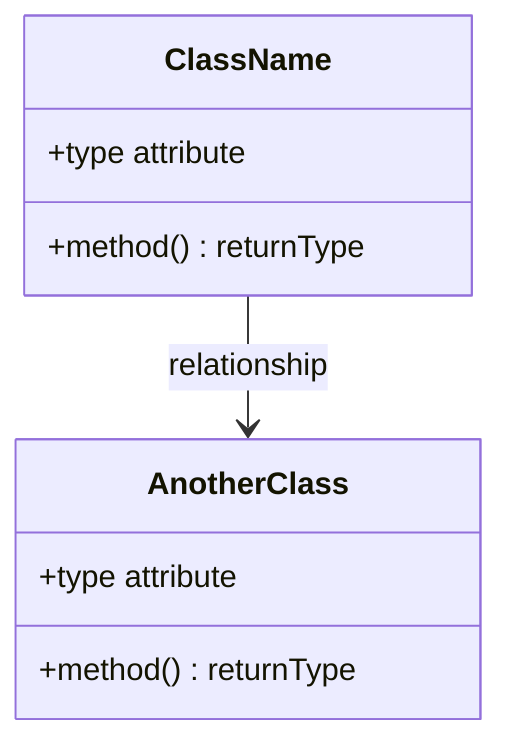
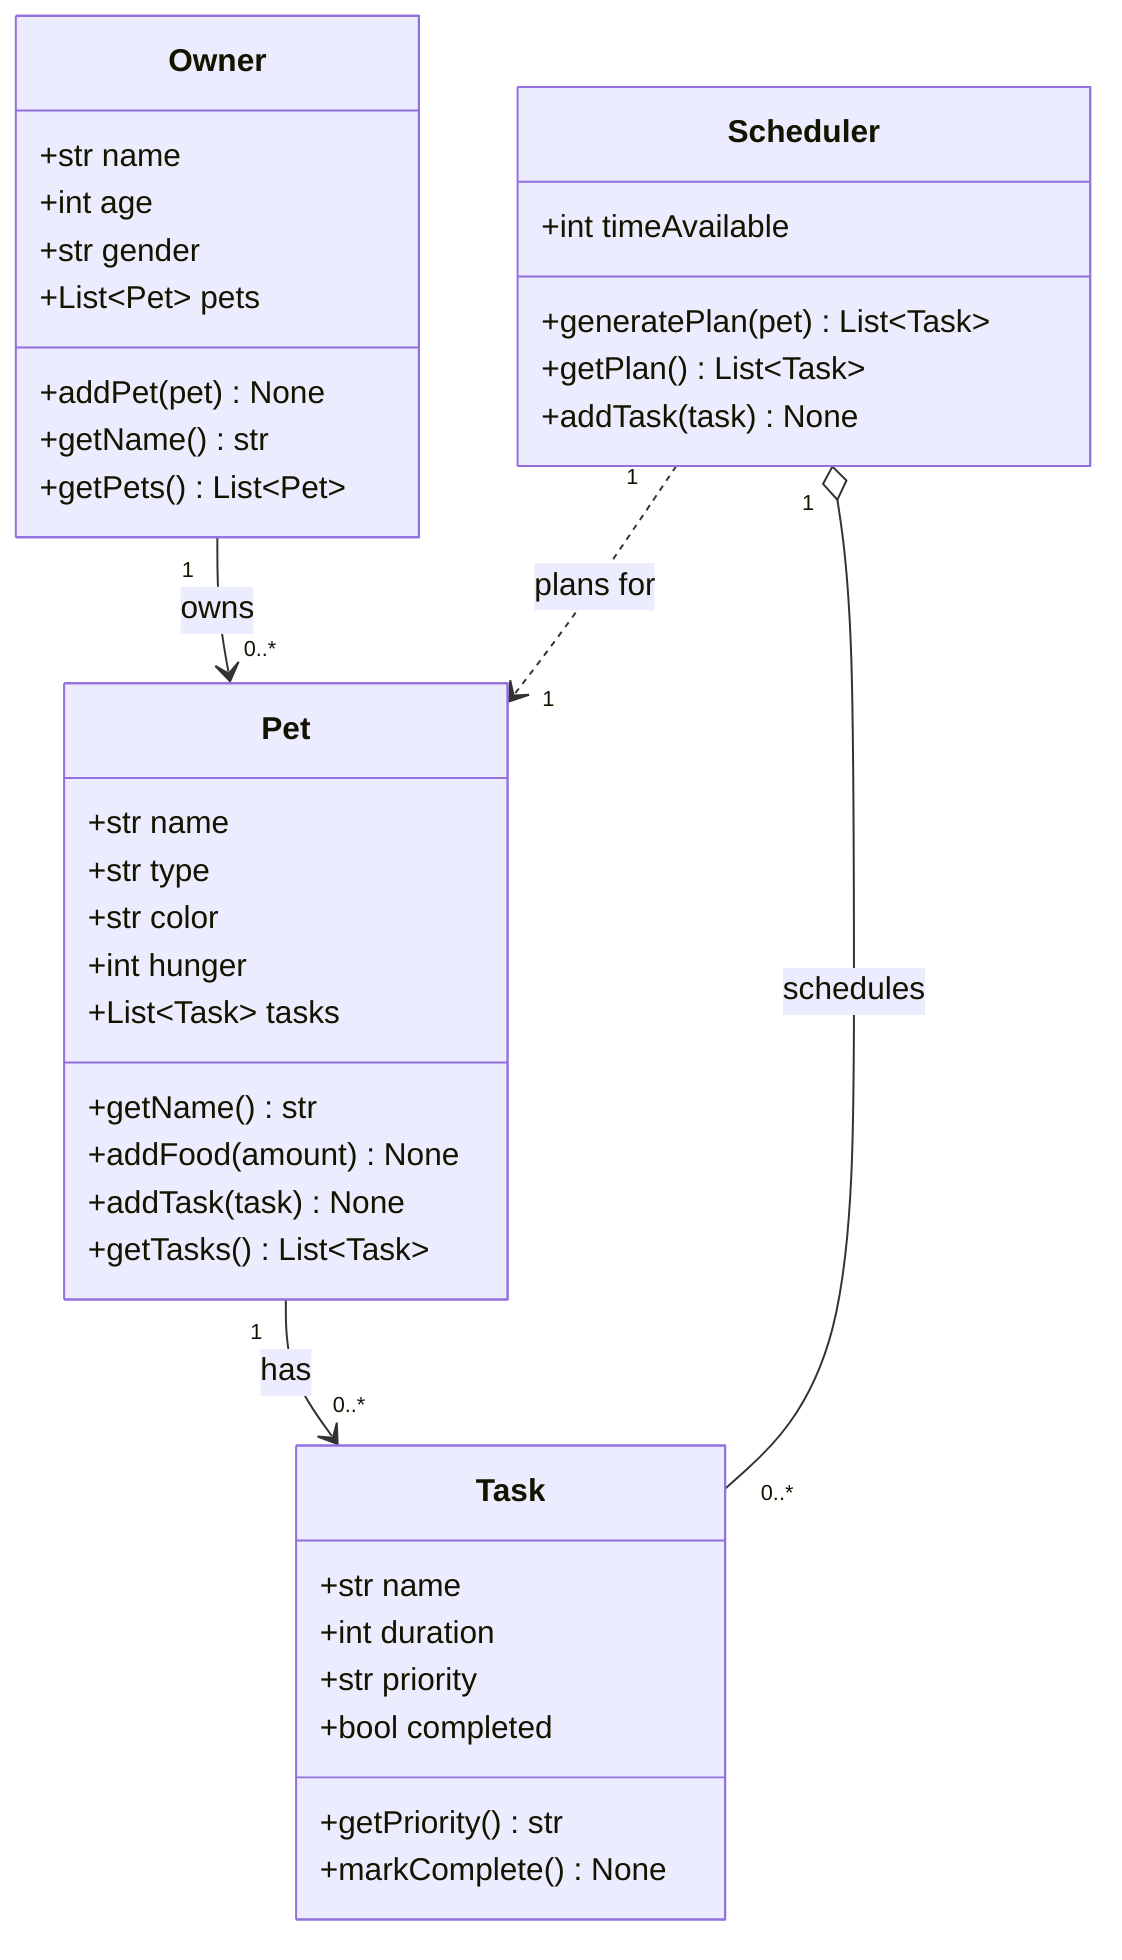
classDiagram
-     %% Replace the placeholders below with your actual classes, attributes, methods, and relationships.
-     %% Keep this file updated so it matches your final implementation.
- 
-     class ClassName {
-         +type attribute
-         +method() returnType
+     class Owner {
+         +str name
+         +int age
+         +str gender
+         +List~Pet~ pets
+         +addPet(pet) None
+         +getName() str
+         +getPets() List~Pet~
    }

-     class AnotherClass {
-         +type attribute
-         +method() returnType
+     class Pet {
+         +str name
+         +str type
+         +str color
+         +int hunger
+         +List~Task~ tasks
+         +getName() str
+         +addFood(amount) None
+         +addTask(task) None
+         +getTasks() List~Task~
    }

-     ClassName --> AnotherClass : relationship
+     class Task {
+         +str name
+         +int duration
+         +str priority
+         +bool completed
+         +getPriority() str
+         +markComplete() None
+     }
+ 
+     class Scheduler {
+         +int timeAvailable
+         +generatePlan(pet) List~Task~
+         +getPlan() List~Task~
+         +addTask(task) None
+     }
+ 
+     Owner "1" --> "0..*" Pet : owns
+     Pet "1" --> "0..*" Task : has
+     Scheduler "1" ..> "1" Pet : plans for
+     Scheduler "1" o-- "0..*" Task : schedules
